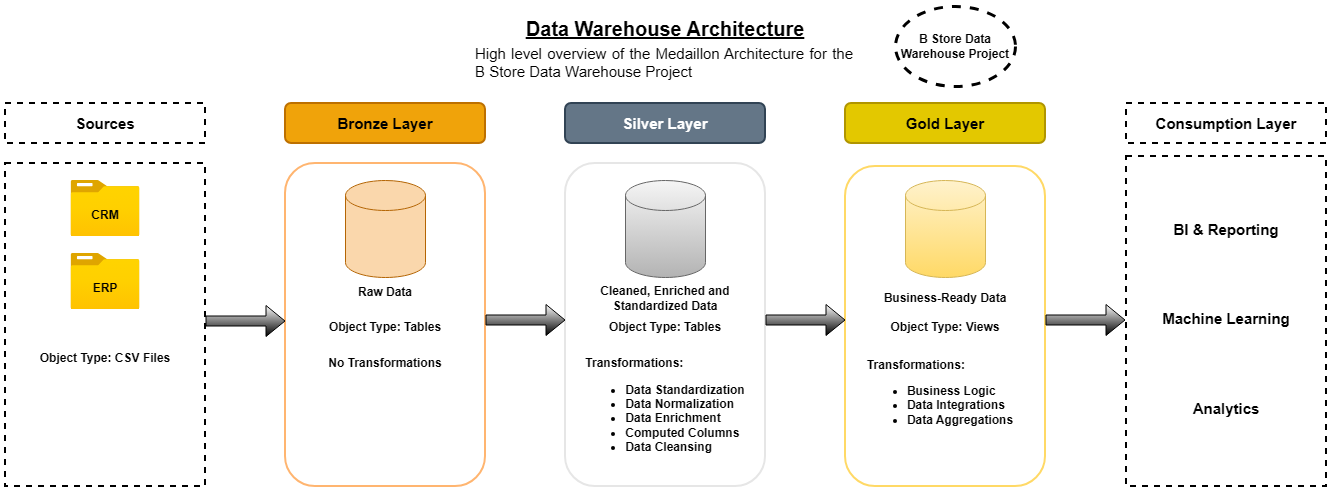
italianriver/Data-Warehouse keeps this draw.io diagram as docs/data_architecture_overview.png. Above is the earlier version. Source tidied: cells renumbered, new cells last; positions are measured from the earlier drawing's top-left corner, leaving out a move shared by most shapes.
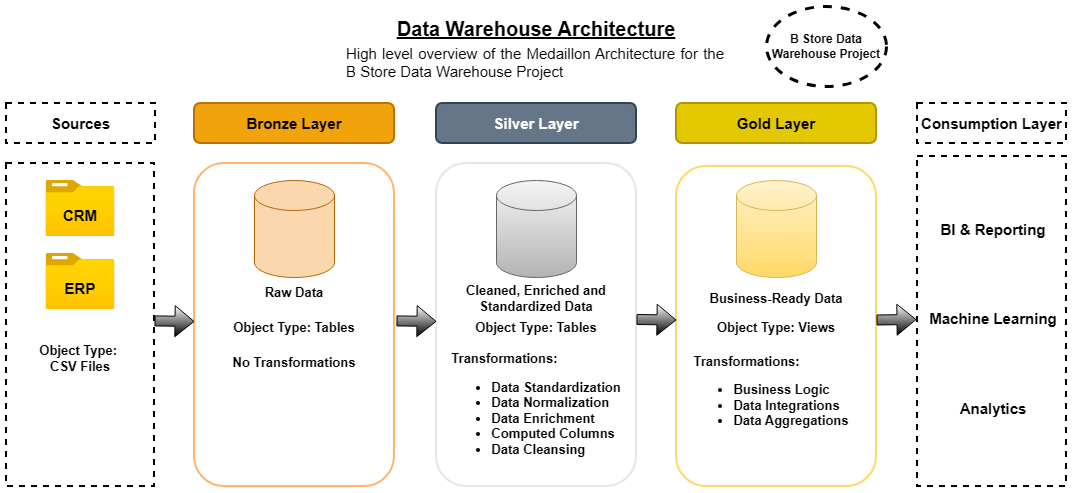
After the change.

Change to the diagram source:
```diff
@@ -3,40 +3,40 @@
     <mxCell id="0" />
     <mxCell id="1" parent="0" />
     <mxCell id="2" style="rounded=1;whiteSpace=wrap;html=1;strokeColor=#FFB570;strokeWidth=2;" parent="1" vertex="1">
-      <mxGeometry x="280" y="157" width="200" height="323" as="geometry" />
+      <mxGeometry x="318" y="157" width="200" height="323" as="geometry" />
     </mxCell>
     <mxCell id="3" style="rounded=1;whiteSpace=wrap;html=1;strokeColor=#E6E6E6;strokeWidth=2;" parent="1" vertex="1">
       <mxGeometry x="560" y="157" width="200" height="323" as="geometry" />
     </mxCell>
     <mxCell id="4" style="rounded=1;whiteSpace=wrap;html=1;strokeColor=#FFD966;strokeWidth=2;" parent="1" vertex="1">
-      <mxGeometry x="840" y="160" width="200" height="320" as="geometry" />
+      <mxGeometry x="800" y="160" width="200" height="320" as="geometry" />
     </mxCell>
     <mxCell id="5" value="&lt;font style=&quot;font-size: 15px;&quot;&gt;Bronze Layer&lt;/font&gt;" style="rounded=1;whiteSpace=wrap;html=1;fillColor=#f0a30a;fontColor=#000000;strokeColor=#BD7000;strokeWidth=2;fontStyle=1;" parent="1" vertex="1">
-      <mxGeometry x="280" y="97" width="200" height="40" as="geometry" />
+      <mxGeometry x="318" y="97" width="200" height="40" as="geometry" />
     </mxCell>
     <mxCell id="6" value="&lt;font style=&quot;font-size: 15px;&quot;&gt;Silver Layer&lt;/font&gt;" style="rounded=1;whiteSpace=wrap;html=1;fillColor=#647687;fontColor=#ffffff;strokeColor=#314354;strokeWidth=2;fontStyle=1;" parent="1" vertex="1">
       <mxGeometry x="560" y="97" width="200" height="40" as="geometry" />
     </mxCell>
     <mxCell id="7" value="&lt;font style=&quot;font-size: 15px;&quot;&gt;Gold Layer&lt;/font&gt;" style="rounded=1;whiteSpace=wrap;html=1;fillColor=#e3c800;fontColor=#000000;strokeColor=#B09500;strokeWidth=2;fontStyle=1;" parent="1" vertex="1">
-      <mxGeometry x="840" y="97" width="200" height="40" as="geometry" />
+      <mxGeometry x="800" y="97" width="200" height="40" as="geometry" />
     </mxCell>
     <mxCell id="8" style="rounded=0;whiteSpace=wrap;html=1;dashed=1;strokeWidth=2;" parent="1" vertex="1">
-      <mxGeometry y="157" width="200" height="323" as="geometry" />
+      <mxGeometry x="130" y="157" width="148" height="323" as="geometry" />
     </mxCell>
     <mxCell id="9" value="&lt;b&gt;&lt;font style=&quot;font-size: 15px;&quot;&gt;Sources&lt;/font&gt;&lt;/b&gt;" style="rounded=0;whiteSpace=wrap;html=1;dashed=1;strokeWidth=2;" parent="1" vertex="1">
-      <mxGeometry y="97" width="200" height="40" as="geometry" />
+      <mxGeometry x="130" y="97" width="149" height="40" as="geometry" />
     </mxCell>
     <mxCell id="10" style="image;html=1;align=center;fontSize=12;image=img/lib/azure2/general/Folder_Blank.svg;" parent="1" vertex="1">
-      <mxGeometry x="65.5" y="174" width="69" height="56" as="geometry" />
+      <mxGeometry x="169.5" y="174" width="69" height="56" as="geometry" />
     </mxCell>
-    <mxCell id="11" style="image;html=1;align=center;fontSize=12;image=img/lib/azure2/general/Folder_Blank.svg;" parent="1" vertex="1">
-      <mxGeometry x="65.5" y="247" width="69" height="56" as="geometry" />
+    <mxCell id="11" style="image;html=1;align=center;fontSize=13;image=img/lib/azure2/general/Folder_Blank.svg;" parent="1" vertex="1">
+      <mxGeometry x="169.5" y="247" width="69" height="56" as="geometry" />
     </mxCell>
-    <mxCell id="12" value="&lt;b&gt;CRM&lt;/b&gt;" style="text;html=1;align=center;verticalAlign=middle;whiteSpace=wrap;rounded=0;" parent="1" vertex="1">
-      <mxGeometry x="70" y="194" width="60" height="30" as="geometry" />
+    <mxCell id="12" value="&lt;b&gt;CRM&lt;/b&gt;" style="text;html=1;align=center;verticalAlign=middle;whiteSpace=wrap;rounded=0;fontSize=15;" parent="1" vertex="1">
+      <mxGeometry x="174" y="194" width="60" height="30" as="geometry" />
     </mxCell>
-    <mxCell id="13" value="&lt;span&gt;ERP&lt;/span&gt;" style="text;html=1;align=center;verticalAlign=middle;whiteSpace=wrap;rounded=0;fontStyle=1;" parent="1" vertex="1">
-      <mxGeometry x="70" y="267" width="60" height="30" as="geometry" />
+    <mxCell id="13" value="&lt;span&gt;ERP&lt;/span&gt;" style="text;html=1;align=center;verticalAlign=middle;whiteSpace=wrap;rounded=0;fontStyle=1;fontSize=15;" parent="1" vertex="1">
+      <mxGeometry x="174" y="267" width="60" height="30" as="geometry" />
     </mxCell>
     <mxCell id="14" value="&lt;div style=&quot;text-align: justify;&quot;&gt;&lt;span style=&quot;background-color: transparent; color: light-dark(rgb(0, 0, 0), rgb(255, 255, 255));&quot;&gt;&lt;b&gt;&lt;u&gt;Data Warehouse Architecture&lt;/u&gt;&lt;/b&gt;&lt;/span&gt;&lt;/div&gt;" style="text;html=1;align=center;verticalAlign=middle;whiteSpace=wrap;rounded=0;fontSize=20;" parent="1" vertex="1">
       <mxGeometry x="517" y="7" width="286" height="30" as="geometry" />
@@ -44,86 +44,86 @@
     <mxCell id="15" value="&lt;b&gt;&lt;font&gt;B Store Data Warehouse Project&lt;/font&gt;&lt;/b&gt;" style="ellipse;whiteSpace=wrap;html=1;dashed=1;strokeWidth=3;" parent="1" vertex="1">
       <mxGeometry x="890" width="120" height="80" as="geometry" />
     </mxCell>
-    <mxCell id="16" value="&lt;b&gt;Object Type: CSV Files&lt;/b&gt;" style="text;html=1;whiteSpace=wrap;strokeColor=none;fillColor=none;align=center;verticalAlign=middle;rounded=0;" parent="1" vertex="1">
-      <mxGeometry x="25" y="337" width="150" height="30" as="geometry" />
+    <mxCell id="16" value="&lt;b&gt;Object Type:&amp;nbsp;&lt;/b&gt;&lt;div&gt;&lt;b&gt;CSV Files&lt;/b&gt;&lt;/div&gt;" style="text;html=1;whiteSpace=wrap;strokeColor=none;fillColor=none;align=center;verticalAlign=middle;rounded=0;fontSize=13;" parent="1" vertex="1">
+      <mxGeometry x="129" y="337" width="150" height="30" as="geometry" />
     </mxCell>
     <mxCell id="17" style="shape=cylinder3;whiteSpace=wrap;html=1;boundedLbl=1;backgroundOutline=1;size=15;fillColor=#fad7ac;strokeColor=#b46504;" parent="1" vertex="1">
-      <mxGeometry x="340" y="174" width="80" height="97" as="geometry" />
+      <mxGeometry x="378" y="174" width="80" height="97" as="geometry" />
     </mxCell>
     <mxCell id="18" style="shape=cylinder3;whiteSpace=wrap;html=1;boundedLbl=1;backgroundOutline=1;size=15;fillColor=#f5f5f5;strokeColor=#666666;gradientColor=#b3b3b3;" parent="1" vertex="1">
       <mxGeometry x="620" y="174" width="80" height="97" as="geometry" />
     </mxCell>
     <mxCell id="19" style="shape=cylinder3;whiteSpace=wrap;html=1;boundedLbl=1;backgroundOutline=1;size=15;fillColor=#fff2cc;gradientColor=#ffd966;strokeColor=#d6b656;" parent="1" vertex="1">
-      <mxGeometry x="900" y="174" width="80" height="97" as="geometry" />
+      <mxGeometry x="860" y="174" width="80" height="97" as="geometry" />
     </mxCell>
-    <mxCell id="20" style="shape=flexArrow;endArrow=classic;html=1;rounded=0;exitX=1;exitY=0.5;exitDx=0;exitDy=0;fillColor=default;gradientColor=default;" parent="1" edge="1">
-      <mxGeometry relative="1" as="geometry">
-        <mxPoint x="480" y="313.5" as="sourcePoint" />
-        <mxPoint x="560" y="313.5" as="targetPoint" />
-      </mxGeometry>
-    </mxCell>
-    <mxCell id="21" style="shape=flexArrow;endArrow=classic;html=1;rounded=0;exitX=1;exitY=0.5;exitDx=0;exitDy=0;fillColor=default;gradientColor=default;" parent="1" edge="1">
+    <mxCell id="21" style="shape=flexArrow;endArrow=classic;html=1;rounded=0;fillColor=default;gradientColor=default;fontSize=13;" parent="1" edge="1">
       <mxGeometry relative="1" as="geometry">
-        <mxPoint x="760" y="313.5" as="sourcePoint" />
-        <mxPoint x="840" y="313.5" as="targetPoint" />
+        <mxPoint x="760" y="313" as="sourcePoint" />
+        <mxPoint x="800" y="313.5" as="targetPoint" />
       </mxGeometry>
     </mxCell>
     <mxCell id="22" style="shape=flexArrow;endArrow=classic;html=1;rounded=0;exitX=1;exitY=0.5;exitDx=0;exitDy=0;fillColor=default;gradientColor=default;" parent="1" edge="1">
       <mxGeometry relative="1" as="geometry">
-        <mxPoint x="1040" y="313.5" as="sourcePoint" />
-        <mxPoint x="1120" y="313.5" as="targetPoint" />
+        <mxPoint x="1000" y="313.5" as="sourcePoint" />
+        <mxPoint x="1040" y="313" as="targetPoint" />
       </mxGeometry>
     </mxCell>
-    <mxCell id="23" value="&lt;b&gt;Raw Data&lt;/b&gt;" style="text;html=1;whiteSpace=wrap;strokeColor=none;fillColor=none;align=center;verticalAlign=middle;rounded=0;" parent="1" vertex="1">
-      <mxGeometry x="305" y="271" width="150" height="30" as="geometry" />
+    <mxCell id="23" value="&lt;b&gt;Raw Data&lt;/b&gt;" style="text;html=1;whiteSpace=wrap;strokeColor=none;fillColor=none;align=center;verticalAlign=middle;rounded=0;fontSize=13;" parent="1" vertex="1">
+      <mxGeometry x="343" y="271" width="150" height="30" as="geometry" />
     </mxCell>
-    <mxCell id="24" value="&lt;div style=&quot;text-align: justify;&quot;&gt;&lt;b style=&quot;background-color: transparent; color: light-dark(rgb(0, 0, 0), rgb(255, 255, 255));&quot;&gt;Transformations:&lt;/b&gt;&lt;/div&gt;&lt;div&gt;&lt;div&gt;&lt;ul&gt;&lt;li style=&quot;text-align: justify;&quot;&gt;&lt;b&gt;Data Standardization&lt;/b&gt;&lt;/li&gt;&lt;li style=&quot;text-align: justify;&quot;&gt;&lt;b&gt;Data Normalization&lt;/b&gt;&lt;/li&gt;&lt;li style=&quot;text-align: justify;&quot;&gt;&lt;b&gt;Data Enrichment&lt;/b&gt;&lt;/li&gt;&lt;li style=&quot;text-align: justify;&quot;&gt;&lt;b&gt;Computed Columns&lt;/b&gt;&lt;/li&gt;&lt;li style=&quot;text-align: justify;&quot;&gt;&lt;b&gt;Data Cleansing&lt;/b&gt;&lt;/li&gt;&lt;/ul&gt;&lt;/div&gt;&lt;div style=&quot;text-align: justify;&quot;&gt;&lt;br&gt;&lt;/div&gt;&lt;/div&gt;" style="text;html=1;whiteSpace=wrap;strokeColor=none;fillColor=none;align=center;verticalAlign=middle;rounded=0;" parent="1" vertex="1">
+    <mxCell id="24" value="&lt;div style=&quot;text-align: justify;&quot;&gt;&lt;b style=&quot;background-color: transparent; color: light-dark(rgb(0, 0, 0), rgb(255, 255, 255));&quot;&gt;Transformations:&lt;/b&gt;&lt;/div&gt;&lt;div&gt;&lt;div&gt;&lt;ul&gt;&lt;li style=&quot;text-align: justify;&quot;&gt;&lt;b&gt;Data Standardization&lt;/b&gt;&lt;/li&gt;&lt;li style=&quot;text-align: justify;&quot;&gt;&lt;b&gt;Data Normalization&lt;/b&gt;&lt;/li&gt;&lt;li style=&quot;text-align: justify;&quot;&gt;&lt;b&gt;Data Enrichment&lt;/b&gt;&lt;/li&gt;&lt;li style=&quot;text-align: justify;&quot;&gt;&lt;b&gt;Computed Columns&lt;/b&gt;&lt;/li&gt;&lt;li style=&quot;text-align: justify;&quot;&gt;&lt;b&gt;Data Cleansing&lt;/b&gt;&lt;/li&gt;&lt;/ul&gt;&lt;/div&gt;&lt;div style=&quot;text-align: justify;&quot;&gt;&lt;br&gt;&lt;/div&gt;&lt;/div&gt;" style="text;html=1;whiteSpace=wrap;strokeColor=none;fillColor=none;align=center;verticalAlign=middle;rounded=0;fontSize=13;" parent="1" vertex="1">
       <mxGeometry x="565" y="357" width="190" height="110" as="geometry" />
     </mxCell>
-    <mxCell id="25" value="&lt;div style=&quot;text-align: justify;&quot;&gt;&lt;b style=&quot;background-color: transparent; color: light-dark(rgb(0, 0, 0), rgb(255, 255, 255));&quot;&gt;Transformations:&lt;/b&gt;&lt;/div&gt;&lt;div&gt;&lt;div&gt;&lt;ul&gt;&lt;li style=&quot;text-align: justify;&quot;&gt;&lt;b&gt;Business Logic&lt;/b&gt;&lt;/li&gt;&lt;li style=&quot;text-align: justify;&quot;&gt;&lt;b&gt;Data Integrations&lt;/b&gt;&lt;/li&gt;&lt;li style=&quot;text-align: justify;&quot;&gt;&lt;b&gt;Data Aggregations&lt;/b&gt;&lt;/li&gt;&lt;/ul&gt;&lt;/div&gt;&lt;div style=&quot;text-align: justify;&quot;&gt;&lt;br&gt;&lt;/div&gt;&lt;/div&gt;" style="text;html=1;whiteSpace=wrap;strokeColor=none;fillColor=none;align=center;verticalAlign=middle;rounded=0;" parent="1" vertex="1">
-      <mxGeometry x="840" y="354" width="190" height="90" as="geometry" />
+    <mxCell id="25" value="&lt;div style=&quot;text-align: justify;&quot;&gt;&lt;b style=&quot;background-color: transparent; color: light-dark(rgb(0, 0, 0), rgb(255, 255, 255));&quot;&gt;Transformations:&lt;/b&gt;&lt;/div&gt;&lt;div&gt;&lt;div&gt;&lt;ul&gt;&lt;li style=&quot;text-align: justify;&quot;&gt;&lt;b&gt;Business Logic&lt;/b&gt;&lt;/li&gt;&lt;li style=&quot;text-align: justify;&quot;&gt;&lt;b&gt;Data Integrations&lt;/b&gt;&lt;/li&gt;&lt;li style=&quot;text-align: justify;&quot;&gt;&lt;b&gt;Data Aggregations&lt;/b&gt;&lt;/li&gt;&lt;/ul&gt;&lt;/div&gt;&lt;div style=&quot;text-align: justify;&quot;&gt;&lt;br&gt;&lt;/div&gt;&lt;/div&gt;" style="text;html=1;whiteSpace=wrap;strokeColor=none;fillColor=none;align=center;verticalAlign=middle;rounded=0;fontSize=13;" parent="1" vertex="1">
+      <mxGeometry x="800" y="354" width="190" height="90" as="geometry" />
     </mxCell>
-    <mxCell id="26" value="&lt;div style=&quot;text-align: justify;&quot;&gt;&lt;b style=&quot;background-color: transparent; color: light-dark(rgb(0, 0, 0), rgb(255, 255, 255));&quot;&gt;No Transformations&lt;/b&gt;&lt;/div&gt;&lt;div&gt;&lt;div style=&quot;text-align: justify;&quot;&gt;&lt;br&gt;&lt;/div&gt;&lt;/div&gt;" style="text;html=1;whiteSpace=wrap;strokeColor=none;fillColor=none;align=center;verticalAlign=middle;rounded=0;" parent="1" vertex="1">
-      <mxGeometry x="285" y="339" width="190" height="50" as="geometry" />
+    <mxCell id="26" value="&lt;div style=&quot;text-align: justify;&quot;&gt;&lt;b style=&quot;background-color: transparent; color: light-dark(rgb(0, 0, 0), rgb(255, 255, 255));&quot;&gt;No Transformations&lt;/b&gt;&lt;/div&gt;&lt;div&gt;&lt;div style=&quot;text-align: justify;&quot;&gt;&lt;br&gt;&lt;/div&gt;&lt;/div&gt;" style="text;html=1;whiteSpace=wrap;strokeColor=none;fillColor=none;align=center;verticalAlign=middle;rounded=0;fontSize=13;" parent="1" vertex="1">
+      <mxGeometry x="323" y="339" width="190" height="50" as="geometry" />
     </mxCell>
-    <mxCell id="27" value="&lt;b&gt;Object Type: Tables&lt;/b&gt;" style="text;html=1;whiteSpace=wrap;strokeColor=none;fillColor=none;align=center;verticalAlign=middle;rounded=0;" parent="1" vertex="1">
-      <mxGeometry x="305" y="306" width="150" height="30" as="geometry" />
+    <mxCell id="27" value="&lt;b&gt;Object Type: Tables&lt;/b&gt;" style="text;html=1;whiteSpace=wrap;strokeColor=none;fillColor=none;align=center;verticalAlign=middle;rounded=0;fontSize=13;" parent="1" vertex="1">
+      <mxGeometry x="343" y="306" width="150" height="30" as="geometry" />
     </mxCell>
-    <mxCell id="28" value="&lt;b&gt;Object Type: Tables&lt;/b&gt;" style="text;html=1;whiteSpace=wrap;strokeColor=none;fillColor=none;align=center;verticalAlign=middle;rounded=0;" parent="1" vertex="1">
+    <mxCell id="28" value="&lt;b&gt;Object Type: Tables&lt;/b&gt;" style="text;html=1;whiteSpace=wrap;strokeColor=none;fillColor=none;align=center;verticalAlign=middle;rounded=0;fontSize=13;" parent="1" vertex="1">
       <mxGeometry x="585" y="306" width="150" height="30" as="geometry" />
     </mxCell>
-    <mxCell id="29" value="&lt;b&gt;Object Type: Views&lt;/b&gt;" style="text;html=1;whiteSpace=wrap;strokeColor=none;fillColor=none;align=center;verticalAlign=middle;rounded=0;" parent="1" vertex="1">
-      <mxGeometry x="865" y="306" width="150" height="30" as="geometry" />
+    <mxCell id="29" value="&lt;b&gt;Object Type: Views&lt;/b&gt;" style="text;html=1;whiteSpace=wrap;strokeColor=none;fillColor=none;align=center;verticalAlign=middle;rounded=0;fontSize=13;" parent="1" vertex="1">
+      <mxGeometry x="825" y="306" width="150" height="30" as="geometry" />
     </mxCell>
-    <mxCell id="30" value="&lt;b&gt;Cleaned, Enriched and Standardized Data&lt;/b&gt;" style="text;html=1;whiteSpace=wrap;strokeColor=none;fillColor=none;align=center;verticalAlign=middle;rounded=0;" parent="1" vertex="1">
+    <mxCell id="30" value="&lt;b&gt;Cleaned, Enriched and Standardized Data&lt;/b&gt;" style="text;html=1;whiteSpace=wrap;strokeColor=none;fillColor=none;align=center;verticalAlign=middle;rounded=0;fontSize=13;" parent="1" vertex="1">
       <mxGeometry x="585" y="277" width="150" height="30" as="geometry" />
     </mxCell>
-    <mxCell id="31" value="&lt;b&gt;Business-Ready Data&lt;/b&gt;" style="text;html=1;whiteSpace=wrap;strokeColor=none;fillColor=none;align=center;verticalAlign=middle;rounded=0;" parent="1" vertex="1">
-      <mxGeometry x="865" y="277" width="150" height="30" as="geometry" />
+    <mxCell id="31" value="&lt;b&gt;Business-Ready Data&lt;/b&gt;" style="text;html=1;whiteSpace=wrap;strokeColor=none;fillColor=none;align=center;verticalAlign=middle;rounded=0;fontSize=13;" parent="1" vertex="1">
+      <mxGeometry x="825" y="277" width="150" height="30" as="geometry" />
     </mxCell>
     <mxCell id="32" value="&lt;div style=&quot;text-align: justify;&quot;&gt;&lt;font style=&quot;font-size: 15px;&quot;&gt;High level overview of the Medaillon Architecture for the B Store Data Warehouse Project&lt;/font&gt;&lt;/div&gt;" style="text;html=1;align=right;verticalAlign=middle;whiteSpace=wrap;rounded=0;" parent="1" vertex="1">
       <mxGeometry x="470" y="41" width="380" height="30" as="geometry" />
     </mxCell>
     <mxCell id="33" style="rounded=0;whiteSpace=wrap;html=1;dashed=1;strokeWidth=2;" parent="1" vertex="1">
-      <mxGeometry x="1121" y="150" width="200" height="330" as="geometry" />
+      <mxGeometry x="1041" y="150" width="149" height="330" as="geometry" />
     </mxCell>
     <mxCell id="34" value="&lt;b&gt;&lt;font style=&quot;font-size: 15px;&quot;&gt;Consumption Layer&lt;/font&gt;&lt;/b&gt;" style="rounded=0;whiteSpace=wrap;html=1;dashed=1;strokeWidth=2;" parent="1" vertex="1">
-      <mxGeometry x="1121" y="97" width="200" height="40" as="geometry" />
+      <mxGeometry x="1041" y="97" width="149" height="40" as="geometry" />
     </mxCell>
     <mxCell id="35" value="&lt;b&gt;BI &amp;amp; Reporting&lt;/b&gt;" style="text;html=1;whiteSpace=wrap;strokeColor=none;fillColor=none;align=center;verticalAlign=middle;rounded=0;fontSize=15;" parent="1" vertex="1">
-      <mxGeometry x="1146" y="207.5" width="150" height="30" as="geometry" />
+      <mxGeometry x="1042" y="207.5" width="150" height="30" as="geometry" />
     </mxCell>
     <mxCell id="36" value="&lt;b&gt;Machine Learning&lt;/b&gt;" style="text;html=1;whiteSpace=wrap;strokeColor=none;fillColor=none;align=center;verticalAlign=middle;rounded=0;fontSize=15;" parent="1" vertex="1">
-      <mxGeometry x="1146" y="297" width="150" height="30" as="geometry" />
+      <mxGeometry x="1042" y="297" width="150" height="30" as="geometry" />
     </mxCell>
     <mxCell id="37" value="&lt;b&gt;Analytics&lt;/b&gt;" style="text;html=1;whiteSpace=wrap;strokeColor=none;fillColor=none;align=center;verticalAlign=middle;rounded=0;fontSize=15;" parent="1" vertex="1">
-      <mxGeometry x="1146" y="387" width="150" height="30" as="geometry" />
+      <mxGeometry x="1042" y="387" width="150" height="30" as="geometry" />
     </mxCell>
-    <mxCell id="38" style="shape=flexArrow;endArrow=classic;html=1;rounded=0;exitX=1;exitY=0.5;exitDx=0;exitDy=0;fillColor=default;gradientColor=default;" parent="1" edge="1">
-      <mxGeometry relative="1" as="geometry">
-        <mxPoint x="200" y="314.5" as="sourcePoint" />
-        <mxPoint x="280" y="314.5" as="targetPoint" />
-      </mxGeometry>
-    </mxCell>
+    <mxCell id="39" style="shape=flexArrow;endArrow=classic;html=1;rounded=0;fillColor=default;gradientColor=default;fontSize=13;" parent="1" edge="1">
+      <mxGeometry relative="1" as="geometry">
+        <mxPoint x="278" y="314.4" as="sourcePoint" />
+        <mxPoint x="318" y="314.9" as="targetPoint" />
+      </mxGeometry>
+    </mxCell>
+    <mxCell id="40" style="shape=flexArrow;endArrow=classic;html=1;rounded=0;fillColor=default;gradientColor=default;fontSize=13;" parent="1" edge="1">
+      <mxGeometry relative="1" as="geometry">
+        <mxPoint x="520" y="314.4" as="sourcePoint" />
+        <mxPoint x="560" y="314.9" as="targetPoint" />
+      </mxGeometry>
+    </mxCell>
   </root>
 </mxGraphModel>
```
